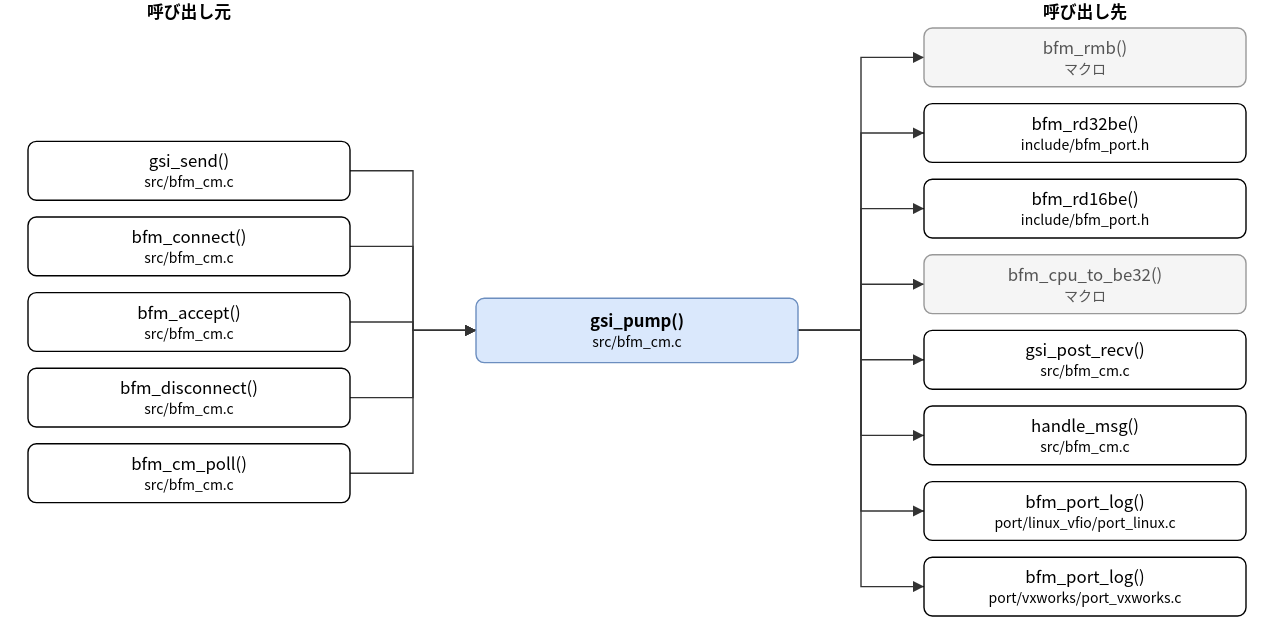
Above: doc/spec/images/call_src_bfm_cm-gsi_pump.drawio.svg in hf355051012-ai/bfmem (draw.io), before the change. Source tidied: cells renumbered, new cells last; positions are measured from the earlier drawing's top-left corner, leaving out a move shared by most shapes.
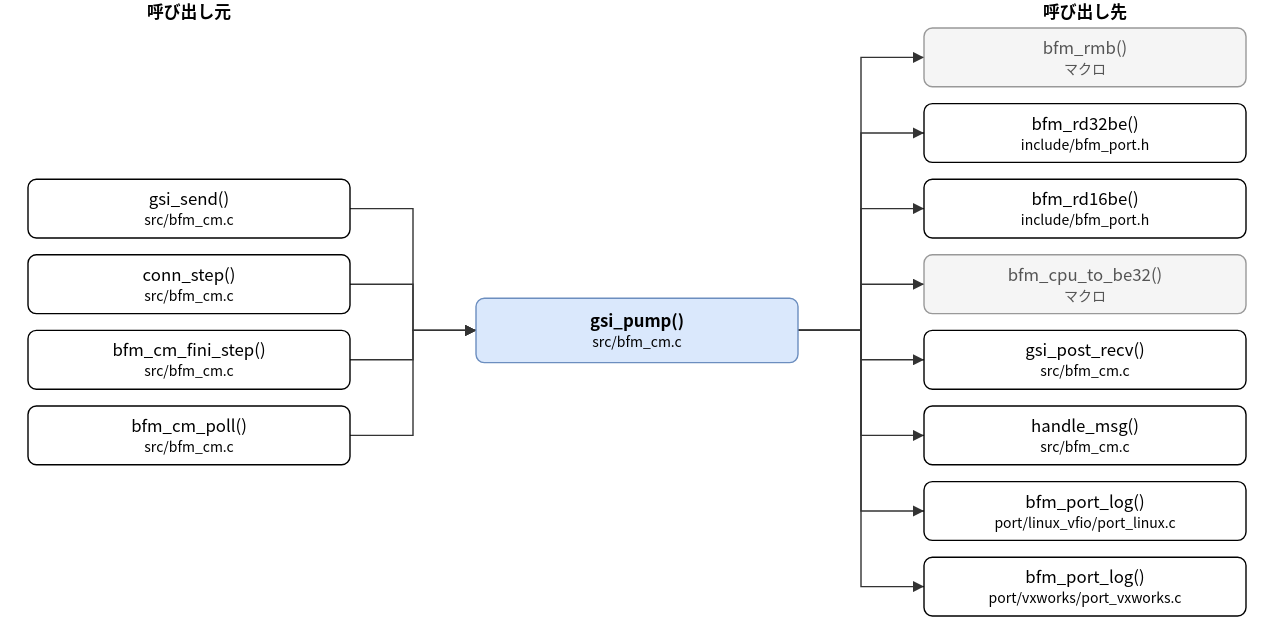
After the change.

Diff of the diagram source:
```diff
@@ -6,20 +6,17 @@
       <mxGeometry x="320" y="213" width="230" height="46" as="geometry" />
     </mxCell>
     <mxCell id="3" value="gsi_send()&lt;br&gt;&lt;font style=&quot;font-size:10px&quot;&gt;src/bfm_cm.c&lt;/font&gt;" style="rounded=1;whiteSpace=wrap;html=1;" parent="1" vertex="1">
-      <mxGeometry y="101" width="230" height="42" as="geometry" />
+      <mxGeometry y="128" width="230" height="42" as="geometry" />
     </mxCell>
-    <mxCell id="4" value="bfm_connect()&lt;br&gt;&lt;font style=&quot;font-size:10px&quot;&gt;src/bfm_cm.c&lt;/font&gt;" style="rounded=1;whiteSpace=wrap;html=1;" parent="1" vertex="1">
-      <mxGeometry y="155" width="230" height="42" as="geometry" />
+    <mxCell id="4" value="conn_step()&lt;br&gt;&lt;font style=&quot;font-size:10px&quot;&gt;src/bfm_cm.c&lt;/font&gt;" style="rounded=1;whiteSpace=wrap;html=1;" parent="1" vertex="1">
+      <mxGeometry y="182" width="230" height="42" as="geometry" />
     </mxCell>
-    <mxCell id="5" value="bfm_accept()&lt;br&gt;&lt;font style=&quot;font-size:10px&quot;&gt;src/bfm_cm.c&lt;/font&gt;" style="rounded=1;whiteSpace=wrap;html=1;" parent="1" vertex="1">
-      <mxGeometry y="209" width="230" height="42" as="geometry" />
+    <mxCell id="5" value="bfm_cm_fini_step()&lt;br&gt;&lt;font style=&quot;font-size:10px&quot;&gt;src/bfm_cm.c&lt;/font&gt;" style="rounded=1;whiteSpace=wrap;html=1;" parent="1" vertex="1">
+      <mxGeometry y="236" width="230" height="42" as="geometry" />
     </mxCell>
-    <mxCell id="6" value="bfm_disconnect()&lt;br&gt;&lt;font style=&quot;font-size:10px&quot;&gt;src/bfm_cm.c&lt;/font&gt;" style="rounded=1;whiteSpace=wrap;html=1;" parent="1" vertex="1">
-      <mxGeometry y="263" width="230" height="42" as="geometry" />
+    <mxCell id="6" value="bfm_cm_poll()&lt;br&gt;&lt;font style=&quot;font-size:10px&quot;&gt;src/bfm_cm.c&lt;/font&gt;" style="rounded=1;whiteSpace=wrap;html=1;" parent="1" vertex="1">
+      <mxGeometry y="290" width="230" height="42" as="geometry" />
     </mxCell>
-    <mxCell id="7" value="bfm_cm_poll()&lt;br&gt;&lt;font style=&quot;font-size:10px&quot;&gt;src/bfm_cm.c&lt;/font&gt;" style="rounded=1;whiteSpace=wrap;html=1;" parent="1" vertex="1">
-      <mxGeometry y="317" width="230" height="42" as="geometry" />
-    </mxCell>
     <mxCell id="8" value="bfm_rmb()&lt;br&gt;&lt;font style=&quot;font-size:10px&quot;&gt;マクロ&lt;/font&gt;" style="rounded=1;whiteSpace=wrap;html=1;fillColor=#f5f5f5;strokeColor=#999999;fontColor=#555555;" parent="1" vertex="1">
       <mxGeometry x="640" y="20" width="230" height="42" as="geometry" />
     </mxCell>
@@ -47,7 +44,7 @@
     <mxCell id="16" style="edgeStyle=none;html=1;rounded=0;endArrow=block;endFill=1;exitX=1.0000;exitY=0.5000;exitDx=0;exitDy=0;exitPerimeter=0;entryX=0.0000;entryY=0.5000;entryDx=0;entryDy=0;entryPerimeter=0;" parent="1" edge="1" source="3" target="2">
       <mxGeometry relative="1" as="geometry">
         <Array as="points">
-          <mxPoint x="275" y="122" />
+          <mxPoint x="275" y="149" />
           <mxPoint x="275" y="236" />
         </Array>
       </mxGeometry>
@@ -55,7 +52,7 @@
     <mxCell id="17" style="edgeStyle=none;html=1;rounded=0;endArrow=block;endFill=1;exitX=1.0000;exitY=0.5000;exitDx=0;exitDy=0;exitPerimeter=0;entryX=0.0000;entryY=0.5000;entryDx=0;entryDy=0;entryPerimeter=0;" parent="1" edge="1" source="4" target="2">
       <mxGeometry relative="1" as="geometry">
         <Array as="points">
-          <mxPoint x="275" y="176" />
+          <mxPoint x="275" y="203" />
           <mxPoint x="275" y="236" />
         </Array>
       </mxGeometry>
@@ -63,7 +60,7 @@
     <mxCell id="18" style="edgeStyle=none;html=1;rounded=0;endArrow=block;endFill=1;exitX=1.0000;exitY=0.5000;exitDx=0;exitDy=0;exitPerimeter=0;entryX=0.0000;entryY=0.5000;entryDx=0;entryDy=0;entryPerimeter=0;" parent="1" edge="1" source="5" target="2">
       <mxGeometry relative="1" as="geometry">
         <Array as="points">
-          <mxPoint x="275" y="230" />
+          <mxPoint x="275" y="257" />
           <mxPoint x="275" y="236" />
         </Array>
       </mxGeometry>
@@ -71,83 +68,75 @@
     <mxCell id="19" style="edgeStyle=none;html=1;rounded=0;endArrow=block;endFill=1;exitX=1.0000;exitY=0.5000;exitDx=0;exitDy=0;exitPerimeter=0;entryX=0.0000;entryY=0.5000;entryDx=0;entryDy=0;entryPerimeter=0;" parent="1" edge="1" source="6" target="2">
       <mxGeometry relative="1" as="geometry">
         <Array as="points">
-          <mxPoint x="275" y="284" />
+          <mxPoint x="275" y="311" />
           <mxPoint x="275" y="236" />
         </Array>
       </mxGeometry>
     </mxCell>
-    <mxCell id="20" style="edgeStyle=none;html=1;rounded=0;endArrow=block;endFill=1;exitX=1.0000;exitY=0.5000;exitDx=0;exitDy=0;exitPerimeter=0;entryX=0.0000;entryY=0.5000;entryDx=0;entryDy=0;entryPerimeter=0;" parent="1" edge="1" source="7" target="2">
+    <mxCell id="20" style="edgeStyle=none;html=1;rounded=0;endArrow=block;endFill=1;exitX=1.0000;exitY=0.5000;exitDx=0;exitDy=0;exitPerimeter=0;entryX=0.0000;entryY=0.5000;entryDx=0;entryDy=0;entryPerimeter=0;" parent="1" edge="1" source="2" target="8">
       <mxGeometry relative="1" as="geometry">
         <Array as="points">
-          <mxPoint x="275" y="338" />
-          <mxPoint x="275" y="236" />
+          <mxPoint x="595" y="236" />
+          <mxPoint x="595" y="41" />
         </Array>
       </mxGeometry>
     </mxCell>
-    <mxCell id="21" style="edgeStyle=none;html=1;rounded=0;endArrow=block;endFill=1;exitX=1.0000;exitY=0.5000;exitDx=0;exitDy=0;exitPerimeter=0;entryX=0.0000;entryY=0.5000;entryDx=0;entryDy=0;entryPerimeter=0;" parent="1" edge="1" source="2" target="8">
+    <mxCell id="21" style="edgeStyle=none;html=1;rounded=0;endArrow=block;endFill=1;exitX=1.0000;exitY=0.5000;exitDx=0;exitDy=0;exitPerimeter=0;entryX=0.0000;entryY=0.5000;entryDx=0;entryDy=0;entryPerimeter=0;" parent="1" edge="1" source="2" target="9">
       <mxGeometry relative="1" as="geometry">
         <Array as="points">
           <mxPoint x="595" y="236" />
-          <mxPoint x="595" y="41" />
+          <mxPoint x="595" y="95" />
         </Array>
       </mxGeometry>
     </mxCell>
-    <mxCell id="22" style="edgeStyle=none;html=1;rounded=0;endArrow=block;endFill=1;exitX=1.0000;exitY=0.5000;exitDx=0;exitDy=0;exitPerimeter=0;entryX=0.0000;entryY=0.5000;entryDx=0;entryDy=0;entryPerimeter=0;" parent="1" edge="1" source="2" target="9">
+    <mxCell id="22" style="edgeStyle=none;html=1;rounded=0;endArrow=block;endFill=1;exitX=1.0000;exitY=0.5000;exitDx=0;exitDy=0;exitPerimeter=0;entryX=0.0000;entryY=0.5000;entryDx=0;entryDy=0;entryPerimeter=0;" parent="1" edge="1" source="2" target="10">
       <mxGeometry relative="1" as="geometry">
         <Array as="points">
           <mxPoint x="595" y="236" />
-          <mxPoint x="595" y="95" />
+          <mxPoint x="595" y="149" />
         </Array>
       </mxGeometry>
     </mxCell>
-    <mxCell id="23" style="edgeStyle=none;html=1;rounded=0;endArrow=block;endFill=1;exitX=1.0000;exitY=0.5000;exitDx=0;exitDy=0;exitPerimeter=0;entryX=0.0000;entryY=0.5000;entryDx=0;entryDy=0;entryPerimeter=0;" parent="1" edge="1" source="2" target="10">
+    <mxCell id="23" style="edgeStyle=none;html=1;rounded=0;endArrow=block;endFill=1;exitX=1.0000;exitY=0.5000;exitDx=0;exitDy=0;exitPerimeter=0;entryX=0.0000;entryY=0.5000;entryDx=0;entryDy=0;entryPerimeter=0;" parent="1" edge="1" source="2" target="11">
       <mxGeometry relative="1" as="geometry">
         <Array as="points">
           <mxPoint x="595" y="236" />
-          <mxPoint x="595" y="149" />
+          <mxPoint x="595" y="203" />
         </Array>
       </mxGeometry>
     </mxCell>
-    <mxCell id="24" style="edgeStyle=none;html=1;rounded=0;endArrow=block;endFill=1;exitX=1.0000;exitY=0.5000;exitDx=0;exitDy=0;exitPerimeter=0;entryX=0.0000;entryY=0.5000;entryDx=0;entryDy=0;entryPerimeter=0;" parent="1" edge="1" source="2" target="11">
+    <mxCell id="24" style="edgeStyle=none;html=1;rounded=0;endArrow=block;endFill=1;exitX=1.0000;exitY=0.5000;exitDx=0;exitDy=0;exitPerimeter=0;entryX=0.0000;entryY=0.5000;entryDx=0;entryDy=0;entryPerimeter=0;" parent="1" edge="1" source="2" target="12">
       <mxGeometry relative="1" as="geometry">
         <Array as="points">
           <mxPoint x="595" y="236" />
-          <mxPoint x="595" y="203" />
+          <mxPoint x="595" y="257" />
         </Array>
       </mxGeometry>
     </mxCell>
-    <mxCell id="25" style="edgeStyle=none;html=1;rounded=0;endArrow=block;endFill=1;exitX=1.0000;exitY=0.5000;exitDx=0;exitDy=0;exitPerimeter=0;entryX=0.0000;entryY=0.5000;entryDx=0;entryDy=0;entryPerimeter=0;" parent="1" edge="1" source="2" target="12">
+    <mxCell id="25" style="edgeStyle=none;html=1;rounded=0;endArrow=block;endFill=1;exitX=1.0000;exitY=0.5000;exitDx=0;exitDy=0;exitPerimeter=0;entryX=0.0000;entryY=0.5000;entryDx=0;entryDy=0;entryPerimeter=0;" parent="1" edge="1" source="2" target="13">
       <mxGeometry relative="1" as="geometry">
         <Array as="points">
           <mxPoint x="595" y="236" />
-          <mxPoint x="595" y="257" />
+          <mxPoint x="595" y="311" />
         </Array>
       </mxGeometry>
     </mxCell>
-    <mxCell id="26" style="edgeStyle=none;html=1;rounded=0;endArrow=block;endFill=1;exitX=1.0000;exitY=0.5000;exitDx=0;exitDy=0;exitPerimeter=0;entryX=0.0000;entryY=0.5000;entryDx=0;entryDy=0;entryPerimeter=0;" parent="1" edge="1" source="2" target="13">
+    <mxCell id="26" style="edgeStyle=none;html=1;rounded=0;endArrow=block;endFill=1;exitX=1.0000;exitY=0.5000;exitDx=0;exitDy=0;exitPerimeter=0;entryX=0.0000;entryY=0.5000;entryDx=0;entryDy=0;entryPerimeter=0;" parent="1" edge="1" source="2" target="14">
       <mxGeometry relative="1" as="geometry">
         <Array as="points">
           <mxPoint x="595" y="236" />
-          <mxPoint x="595" y="311" />
+          <mxPoint x="595" y="365" />
         </Array>
       </mxGeometry>
     </mxCell>
-    <mxCell id="27" style="edgeStyle=none;html=1;rounded=0;endArrow=block;endFill=1;exitX=1.0000;exitY=0.5000;exitDx=0;exitDy=0;exitPerimeter=0;entryX=0.0000;entryY=0.5000;entryDx=0;entryDy=0;entryPerimeter=0;" parent="1" edge="1" source="2" target="14">
+    <mxCell id="27" style="edgeStyle=none;html=1;rounded=0;endArrow=block;endFill=1;exitX=1.0000;exitY=0.5000;exitDx=0;exitDy=0;exitPerimeter=0;entryX=0.0000;entryY=0.5000;entryDx=0;entryDy=0;entryPerimeter=0;" parent="1" edge="1" source="2" target="15">
       <mxGeometry relative="1" as="geometry">
         <Array as="points">
           <mxPoint x="595" y="236" />
-          <mxPoint x="595" y="365" />
+          <mxPoint x="595" y="419" />
         </Array>
       </mxGeometry>
     </mxCell>
-    <mxCell id="28" style="edgeStyle=none;html=1;rounded=0;endArrow=block;endFill=1;exitX=1.0000;exitY=0.5000;exitDx=0;exitDy=0;exitPerimeter=0;entryX=0.0000;entryY=0.5000;entryDx=0;entryDy=0;entryPerimeter=0;" parent="1" edge="1" source="2" target="15">
-      <mxGeometry relative="1" as="geometry">
-        <Array as="points">
-          <mxPoint x="595" y="236" />
-          <mxPoint x="595" y="419" />
-        </Array>
-      </mxGeometry>
-    </mxCell>
     <mxCell id="29" value="呼び出し元" style="text;html=1;align=center;fontStyle=1;" parent="1" vertex="1">
       <mxGeometry x="35" width="160" height="18" as="geometry" />
     </mxCell>
```
